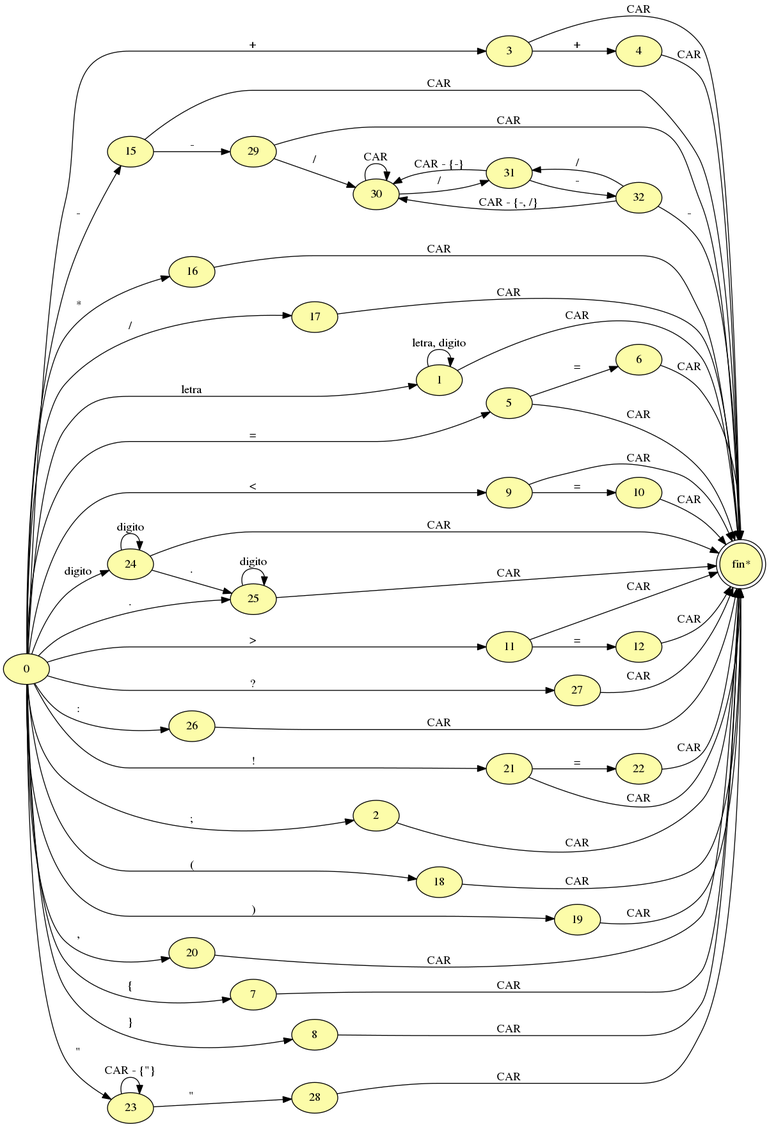
The Graphviz diagram doc/automata.png in romeroyonatan/lyc, before a commit. Its source is kept beside it as doc/automata.gv.
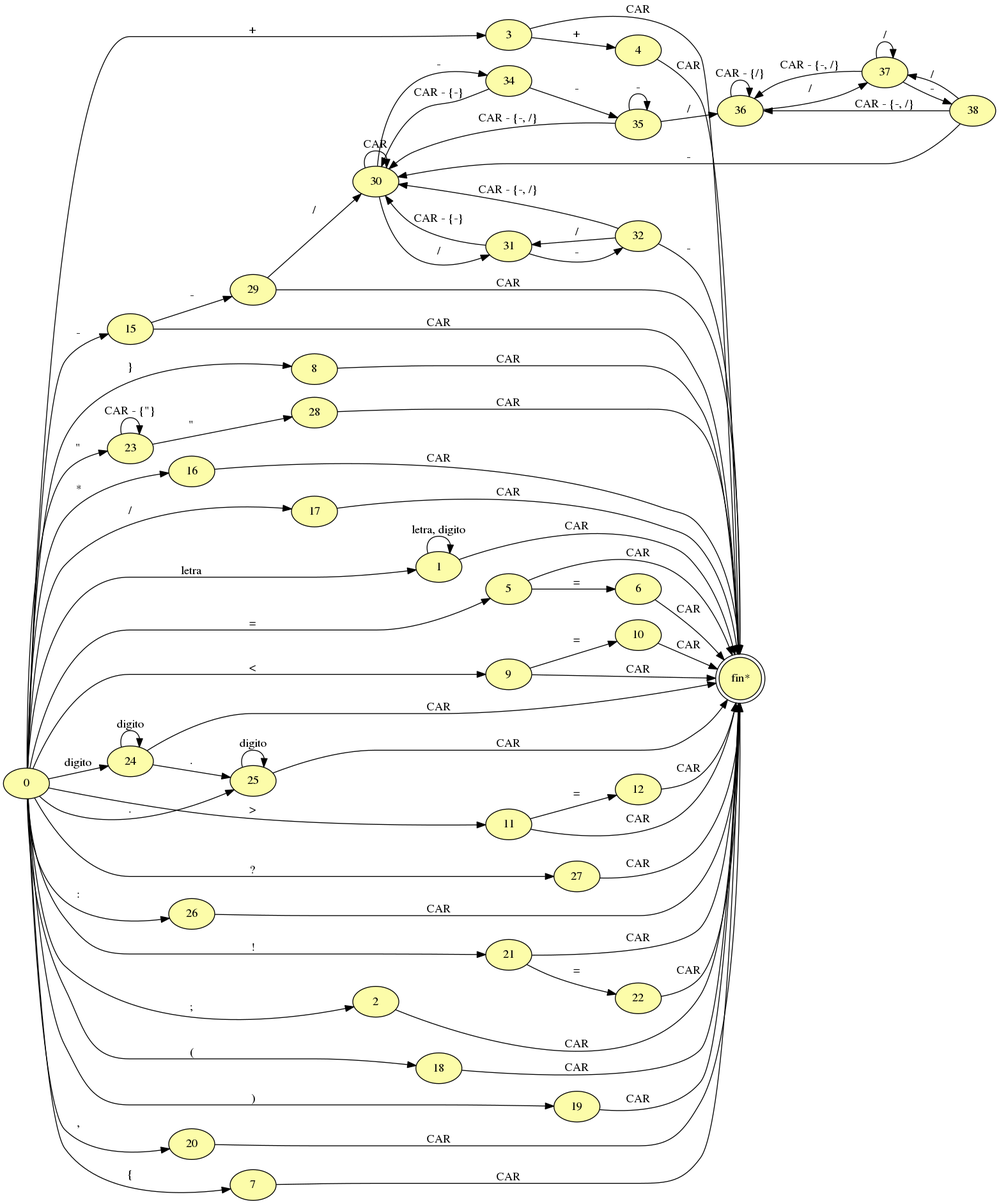
After the commit.

Commit message:
Modificacion del automata para soportar comentarios anidados

The edit, as a diff of the source:
```diff
@@ -87,6 +87,7 @@
 
     30->30 [label="CAR"];
     30->31 [label="/"];
+    30->34 [label="-"];
 
     31->30 [label="CAR - {-}"];
     31->32 [label="-"];
@@ -94,4 +95,22 @@
     32->30 [label="CAR - {-, /}"];
     32->31 [label="/"];
     32->fin [label="-"];
+
+    34->30 [label="CAR - {-}"];
+    34->35 [label="-"];
+
+    35->30 [label="CAR - {-, /}"];
+    35->35 [label="-"];
+    35->36 [label="/"];
+
+    36->36 [label="CAR - {/}"];
+    36->37 [label="/"];
+
+    37->36 [label="CAR - {-, /}"];
+    37->37 [label="/"];
+    37->38 [label="-"];
+
+    38->36 [label="CAR - {-, /}"];
+    38->37 [label="/"];
+    38->30 [label="-"];
 }
```
